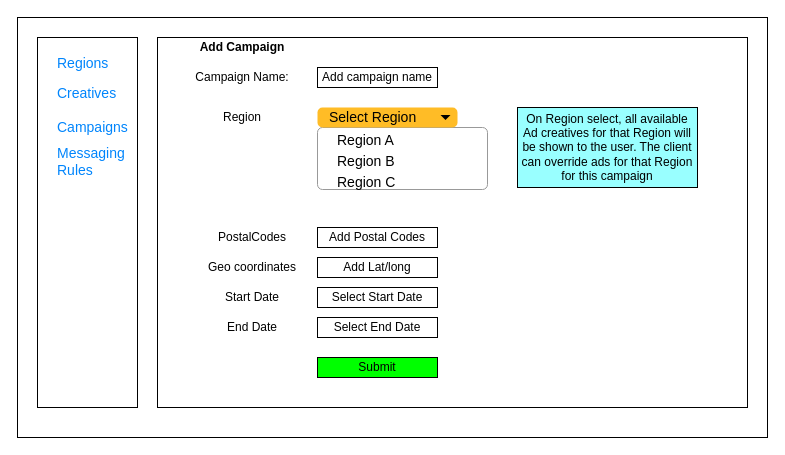
Above: page "Campaign_SetUp" (7 of 8) of ttd-sa-exercise.drawio in coolsharepoint/Test (draw.io), before the change. Source tidied: cells renumbered, new cells numbered last; positions are measured from the earlier drawing's top-left corner, leaving out a move shared by most shapes. Both pictures are drawn from the tidied source at 100%, with x=0, y=0 at pixel (17, 17).
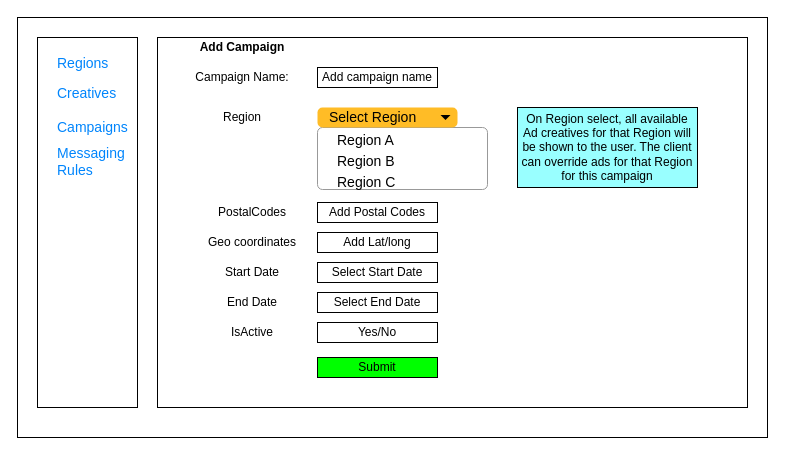
The same diagram, later.

Diff of the diagram source:
```diff
@@
     <mxCell id="14" value="PostalCodes" style="text;html=1;strokeColor=none;fillColor=none;align=center;verticalAlign=middle;whiteSpace=wrap;rounded=0;" parent="1" vertex="1">
-      <mxGeometry x="180" y="200" width="110" height="40" as="geometry" />
+      <mxGeometry x="180" y="175" width="110" height="40" as="geometry" />
     </mxCell>
     <mxCell id="15" value="Add Postal Codes" style="rounded=0;whiteSpace=wrap;html=1;" parent="1" vertex="1">
-      <mxGeometry x="300" y="210" width="120" height="20" as="geometry" />
+      <mxGeometry x="300" y="185" width="120" height="20" as="geometry" />
     </mxCell>
     <mxCell id="16" value="Geo coordinates" style="text;html=1;strokeColor=none;fillColor=none;align=center;verticalAlign=middle;whiteSpace=wrap;rounded=0;" parent="1" vertex="1">
-      <mxGeometry x="180" y="230" width="110" height="40" as="geometry" />
+      <mxGeometry x="180" y="205" width="110" height="40" as="geometry" />
     </mxCell>
     <mxCell id="17" value="Add Lat/long" style="rounded=0;whiteSpace=wrap;html=1;" parent="1" vertex="1">
-      <mxGeometry x="300" y="240" width="120" height="20" as="geometry" />
+      <mxGeometry x="300" y="215" width="120" height="20" as="geometry" />
     </mxCell>
@@
     <mxCell id="19" value="Start Date" style="text;html=1;strokeColor=none;fillColor=none;align=center;verticalAlign=middle;whiteSpace=wrap;rounded=0;" parent="1" vertex="1">
-      <mxGeometry x="180" y="260" width="110" height="40" as="geometry" />
+      <mxGeometry x="180" y="235" width="110" height="40" as="geometry" />
     </mxCell>
     <mxCell id="20" value="Select Start Date" style="rounded=0;whiteSpace=wrap;html=1;" parent="1" vertex="1">
-      <mxGeometry x="300" y="270" width="120" height="20" as="geometry" />
+      <mxGeometry x="300" y="245" width="120" height="20" as="geometry" />
     </mxCell>
     <mxCell id="21" value="End Date" style="text;html=1;strokeColor=none;fillColor=none;align=center;verticalAlign=middle;whiteSpace=wrap;rounded=0;" parent="1" vertex="1">
-      <mxGeometry x="180" y="290" width="110" height="40" as="geometry" />
+      <mxGeometry x="180" y="265" width="110" height="40" as="geometry" />
     </mxCell>
     <mxCell id="22" value="Select End Date" style="rounded=0;whiteSpace=wrap;html=1;" parent="1" vertex="1">
-      <mxGeometry x="300" y="300" width="120" height="20" as="geometry" />
+      <mxGeometry x="300" y="275" width="120" height="20" as="geometry" />
     </mxCell>
@@
+    <mxCell id="29" value="IsActive" style="text;html=1;strokeColor=none;fillColor=none;align=center;verticalAlign=middle;whiteSpace=wrap;rounded=0;" parent="1" vertex="1">
+      <mxGeometry x="180" y="295" width="110" height="40" as="geometry" />
+    </mxCell>
+    <mxCell id="30" value="Yes/No" style="rounded=0;whiteSpace=wrap;html=1;" parent="1" vertex="1">
+      <mxGeometry x="300" y="305" width="120" height="20" as="geometry" />
+    </mxCell>
```
